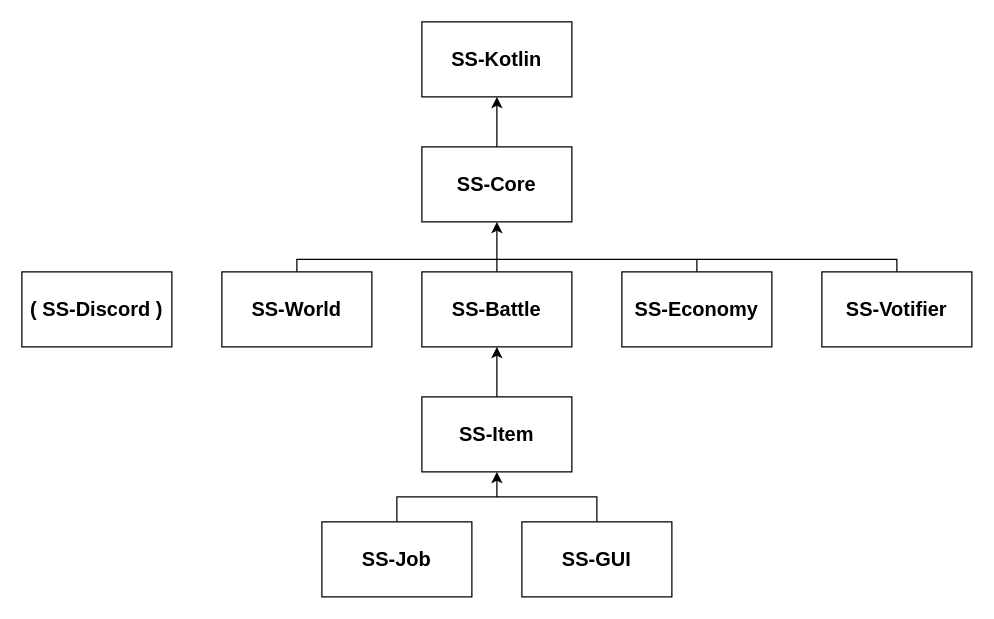
Before: SS-Plugin.drawio in SecondStoryServer/SS-Plugin, a draw.io diagram. Source tidied: cells renumbered, new cells numbered last; positions are measured from the earlier drawing's top-left corner, leaving out a move shared by most shapes. Both pictures are drawn from the tidied source at 125%, with x=0, y=0 at pixel (21, 21).
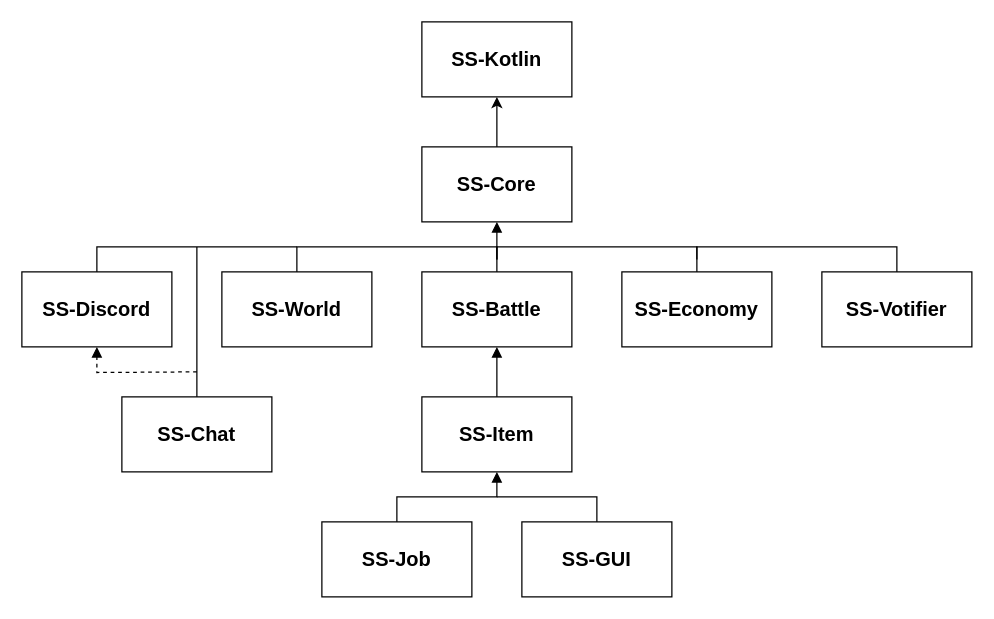
The same diagram, later.

Commit message (it also covers changes not shown here):
SS-Chat を追加 他プラグインのバージョンを更新

Unchanged cells that the change refers to:
```xml
<mxCell id="4" value="&lt;font style=&quot;font-size: 16px&quot;&gt;&lt;b&gt;SS-Core&lt;/b&gt;&lt;/font&gt;" style="rounded=0;whiteSpace=wrap;html=1;" parent="1" vertex="1">
  <mxGeometry x="320" y="100" width="120" height="60" as="geometry" />
</mxCell>
<mxCell id="6" value="&lt;font style=&quot;font-size: 16px&quot;&gt;&lt;b&gt;SS-World&lt;br&gt;&lt;/b&gt;&lt;/font&gt;" style="rounded=0;whiteSpace=wrap;html=1;" parent="1" vertex="1">
  <mxGeometry x="160" y="200" width="120" height="60" as="geometry" />
</mxCell>
<mxCell id="8" value="&lt;font style=&quot;font-size: 16px&quot;&gt;&lt;b&gt;SS-Battle&lt;/b&gt;&lt;/font&gt;" style="rounded=0;whiteSpace=wrap;html=1;" parent="1" vertex="1">
  <mxGeometry x="320" y="200" width="120" height="60" as="geometry" />
</mxCell>
<mxCell id="10" value="&lt;font style=&quot;font-size: 16px&quot;&gt;&lt;b&gt;SS-Item&lt;/b&gt;&lt;/font&gt;" style="rounded=0;whiteSpace=wrap;html=1;" parent="1" vertex="1">
  <mxGeometry x="320" y="300" width="120" height="60" as="geometry" />
</mxCell>
<mxCell id="12" value="&lt;font style=&quot;font-size: 16px&quot;&gt;&lt;b&gt;SS-Job&lt;/b&gt;&lt;/font&gt;" style="rounded=0;whiteSpace=wrap;html=1;" parent="1" vertex="1">
  <mxGeometry x="240" y="400" width="120" height="60" as="geometry" />
</mxCell>
<mxCell id="14" value="&lt;font style=&quot;font-size: 16px&quot;&gt;&lt;b&gt;SS-Economy&lt;/b&gt;&lt;/font&gt;" style="rounded=0;whiteSpace=wrap;html=1;" parent="1" vertex="1">
  <mxGeometry x="480" y="200" width="120" height="60" as="geometry" />
</mxCell>
<mxCell id="16" value="&lt;font style=&quot;font-size: 16px&quot;&gt;&lt;b&gt;SS-Votifier&lt;/b&gt;&lt;/font&gt;" style="rounded=0;whiteSpace=wrap;html=1;" parent="1" vertex="1">
  <mxGeometry x="640" y="200" width="120" height="60" as="geometry" />
</mxCell>
```

The edit, as a diff of the source:
```diff
@@
     <mxCell id="5" style="edgeStyle=orthogonalEdgeStyle;rounded=0;jettySize=auto;html=1;endArrow=none;endFill=0;" parent="1" edge="1" source="6">
       <mxGeometry relative="1" as="geometry">
         <mxPoint x="380" y="190" as="targetPoint" />
         <Array as="points">
-          <mxPoint x="220" y="190" />
+          <mxPoint x="220" y="180" />
+          <mxPoint x="380" y="180" />
         </Array>
       </mxGeometry>
     </mxCell>
@@
-    <mxCell id="7" style="edgeStyle=orthogonalEdgeStyle;rounded=0;jettySize=auto;html=1;" parent="1" edge="1" source="8" target="4">
+    <mxCell id="7" style="edgeStyle=orthogonalEdgeStyle;rounded=0;jettySize=auto;html=1;endArrow=block;endFill=1;" parent="1" edge="1" source="8" target="4">
       <mxGeometry relative="1" as="geometry" />
     </mxCell>
@@
-    <mxCell id="9" style="edgeStyle=orthogonalEdgeStyle;rounded=0;jettySize=auto;html=1;" parent="1" edge="1" source="10" target="8">
+    <mxCell id="9" style="edgeStyle=orthogonalEdgeStyle;rounded=0;jettySize=auto;html=1;endArrow=block;endFill=1;" parent="1" edge="1" source="10" target="8">
       <mxGeometry relative="1" as="geometry" />
     </mxCell>
@@
-    <mxCell id="11" style="edgeStyle=orthogonalEdgeStyle;rounded=0;jettySize=auto;html=1;" parent="1" edge="1" source="12" target="10">
+    <mxCell id="11" style="edgeStyle=orthogonalEdgeStyle;rounded=0;jettySize=auto;html=1;endArrow=block;endFill=1;" parent="1" edge="1" source="12" target="10">
       <mxGeometry relative="1" as="geometry" />
     </mxCell>
@@
     <mxCell id="13" style="edgeStyle=orthogonalEdgeStyle;rounded=0;jettySize=auto;html=1;endArrow=none;endFill=0;" parent="1" edge="1" source="14">
       <mxGeometry relative="1" as="geometry">
         <mxPoint x="380" y="190" as="targetPoint" />
         <Array as="points">
-          <mxPoint x="540" y="190" />
+          <mxPoint x="540" y="180" />
+          <mxPoint x="380" y="180" />
         </Array>
       </mxGeometry>
     </mxCell>
@@
     <mxCell id="15" style="edgeStyle=orthogonalEdgeStyle;rounded=0;jettySize=auto;html=1;endArrow=none;endFill=0;" parent="1" edge="1" source="16">
       <mxGeometry relative="1" as="geometry">
         <mxPoint x="540" y="190" as="targetPoint" />
         <Array as="points">
-          <mxPoint x="700" y="190" />
+          <mxPoint x="700" y="180" />
+          <mxPoint x="540" y="180" />
         </Array>
       </mxGeometry>
     </mxCell>
@@
+    <mxCell id="20" style="edgeStyle=orthogonalEdgeStyle;rounded=0;jettySize=auto;html=1;endArrow=none;endFill=0;" parent="1" edge="1" source="17">
+      <mxGeometry relative="1" as="geometry">
+        <mxPoint x="220" y="180" as="targetPoint" />
+        <Array as="points">
+          <mxPoint x="60" y="180" />
+        </Array>
+      </mxGeometry>
+    </mxCell>
-    <mxCell id="17" value="&lt;font style=&quot;font-size: 16px&quot;&gt;&lt;b&gt;( SS-Discord )&lt;/b&gt;&lt;/font&gt;" style="rounded=0;whiteSpace=wrap;html=1;" parent="1" vertex="1">
+    <mxCell id="17" value="&lt;font style=&quot;font-size: 16px&quot;&gt;&lt;b&gt;SS-Discord&lt;/b&gt;&lt;/font&gt;" style="rounded=0;whiteSpace=wrap;html=1;" parent="1" vertex="1">
       <mxGeometry y="200" width="120" height="60" as="geometry" />
     </mxCell>
@@
+    <mxCell id="21" style="edgeStyle=orthogonalEdgeStyle;rounded=0;jettySize=auto;html=1;entryX=0.5;entryY=1;entryDx=0;entryDy=0;endArrow=block;endFill=1;dashed=1;" parent="1" edge="1" target="17">
+      <mxGeometry relative="1" as="geometry">
+        <mxPoint x="140" y="280" as="sourcePoint" />
+      </mxGeometry>
+    </mxCell>
+    <mxCell id="22" style="edgeStyle=orthogonalEdgeStyle;rounded=0;jettySize=auto;html=1;endArrow=none;endFill=0;" parent="1" edge="1" source="23">
+      <mxGeometry relative="1" as="geometry">
+        <mxPoint x="140" y="180" as="targetPoint" />
+      </mxGeometry>
+    </mxCell>
+    <mxCell id="23" value="&lt;font style=&quot;font-size: 16px&quot;&gt;&lt;b&gt;SS-Chat&lt;/b&gt;&lt;/font&gt;" style="rounded=0;whiteSpace=wrap;html=1;" parent="1" vertex="1">
+      <mxGeometry x="80" y="300" width="120" height="60" as="geometry" />
+    </mxCell>
```
